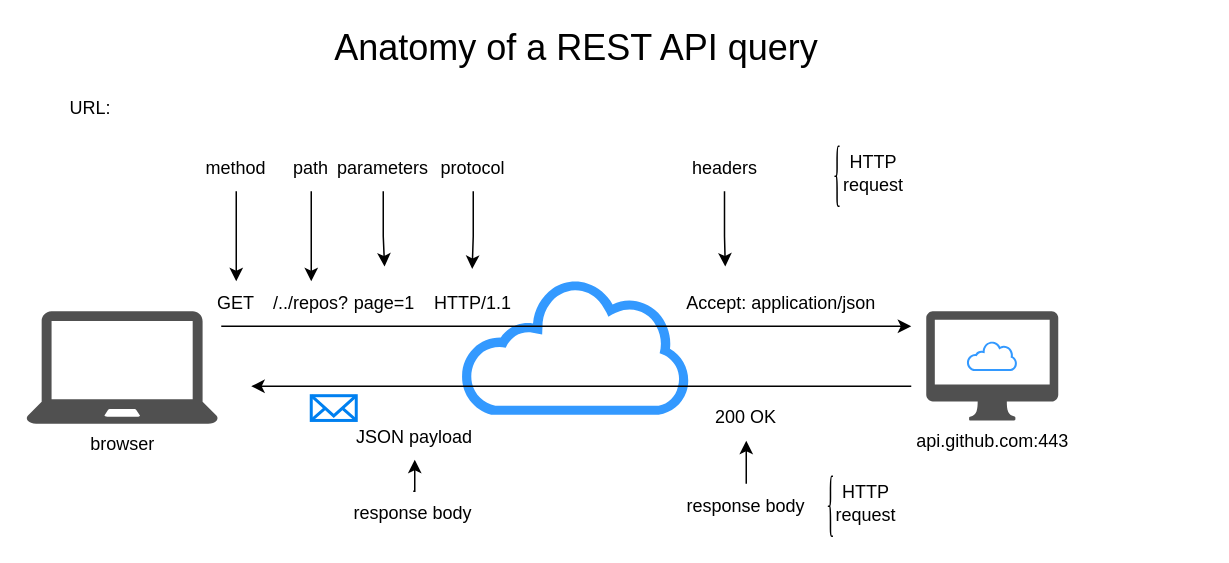
Above: Rest API.drawio in Seagram789/Diagrams (draw.io), before the change. Source tidied: cells renumbered, new cells numbered last; positions are measured from the earlier drawing's top-left corner, leaving out a move shared by most shapes. Both pictures are drawn from the tidied source at 150%, with x=0, y=0 at pixel (26, 26).
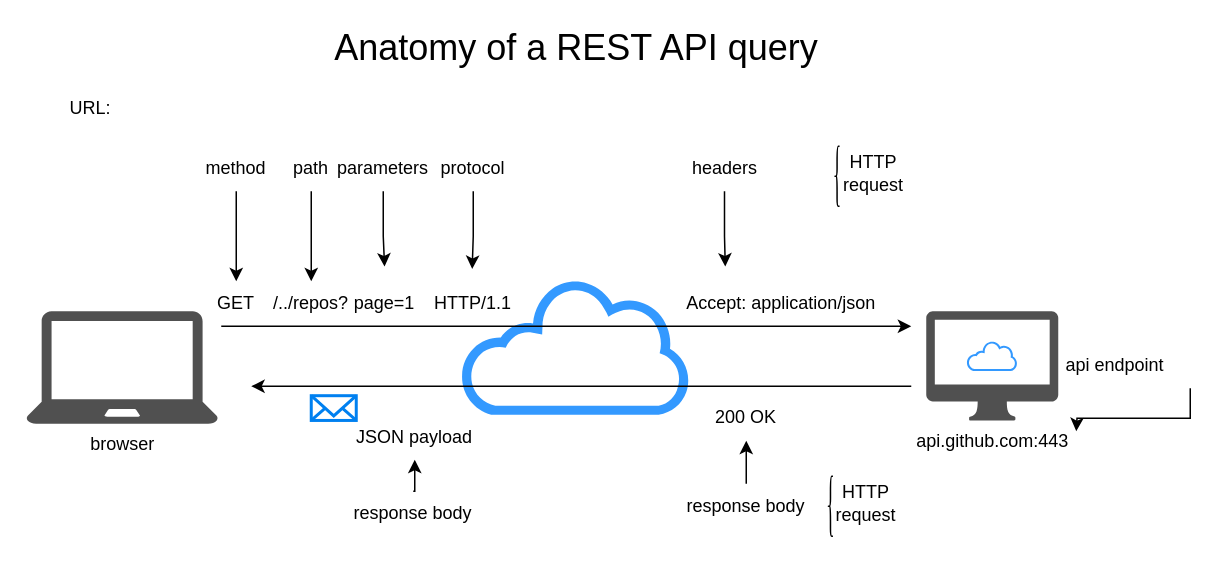
Above is the later version.

The edit, as a diff of the source:
```diff
@@
+    <mxCell id="38" style="edgeStyle=orthogonalEdgeStyle;rounded=0;jettySize=auto;html=1;exitX=1;exitY=1;exitDx=0;exitDy=0;" parent="1" edge="1" source="39">
+      <mxGeometry relative="1" as="geometry">
+        <mxPoint x="700" y="270" as="targetPoint" />
+      </mxGeometry>
+    </mxCell>
+    <mxCell id="39" value="api endpoint" style="text;strokeColor=none;align=center;fillColor=none;html=1;verticalAlign=middle;whiteSpace=wrap;rounded=0;" parent="1" vertex="1">
+      <mxGeometry x="676" y="211.4" width="100" height="30" as="geometry" />
+    </mxCell>
```
